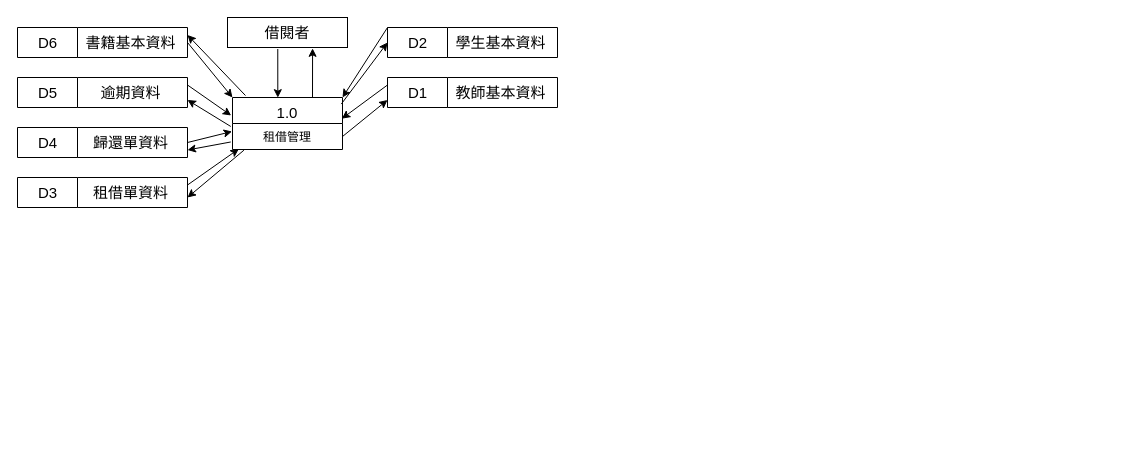
ching1120/20 keeps this draw.io diagram as Untitled Diagram.drawio. Above is the earlier version. Source tidied: cells renumbered, new cells numbered last; positions are measured from the earlier drawing's top-left corner, leaving out a move shared by most shapes. Both pictures are drawn from the tidied source at 100%, with x=0, y=0 at pixel (17, 17).
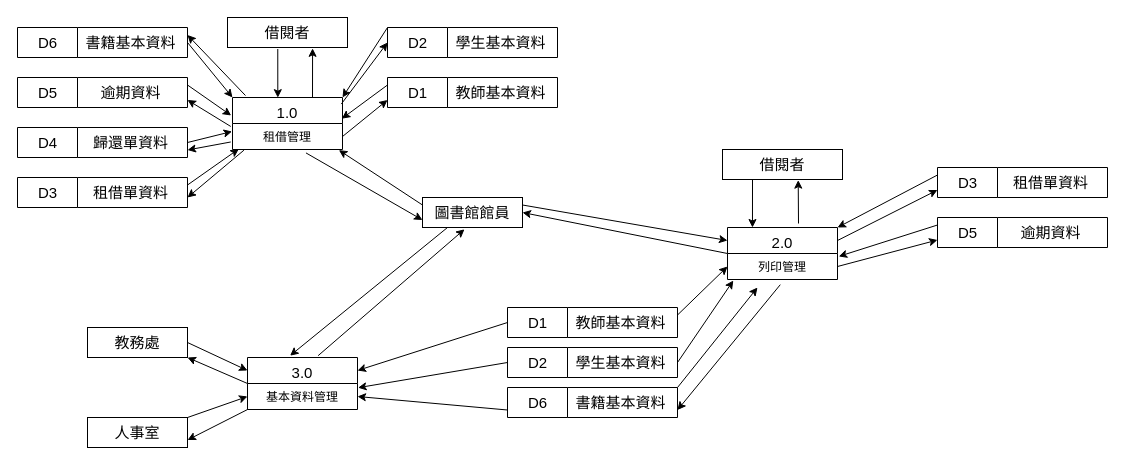
After the change.

Unchanged cells that the change refers to:
```xml
<mxCell id="21" value="租借管理" style="text;strokeColor=none;fillColor=none;align=center;verticalAlign=top;spacingLeft=4;spacingRight=4;overflow=hidden;points=[[0,0.5],[1,0.5]];portConstraint=eastwest;" parent="20" vertex="1">
  <mxGeometry y="26" width="110" height="26" as="geometry" />
</mxCell>
```

The edit, as a diff of the source:
```diff
@@
+    <mxCell id="37" value="圖書館館員" style="rounded=0;whiteSpace=wrap;html=1;fontSize=15;align=center;verticalAlign=top;" parent="1" vertex="1">
+      <mxGeometry x="405" y="180" width="100" height="30" as="geometry" />
+    </mxCell>
+    <mxCell id="38" value="2.0" style="swimlane;fontStyle=0;horizontal=1;startSize=26;fontSize=15;align=center;verticalAlign=top;" parent="1" vertex="1">
+      <mxGeometry x="710" y="210" width="110" height="52" as="geometry" />
+    </mxCell>
+    <mxCell id="39" value="列印管理" style="text;strokeColor=none;fillColor=none;align=center;verticalAlign=top;spacingLeft=4;spacingRight=4;overflow=hidden;points=[[0,0.5],[1,0.5]];portConstraint=eastwest;" parent="38" vertex="1">
+      <mxGeometry y="26" width="110" height="26" as="geometry" />
+    </mxCell>
+    <mxCell id="40" style="swimlane;horizontal=0;fontSize=15;align=center;startSize=60;verticalAlign=middle;" parent="1" vertex="1">
+      <mxGeometry x="490" y="290" width="170" height="30" as="geometry" />
+    </mxCell>
+    <mxCell id="41" value="教師基本資料" style="text;html=1;align=center;verticalAlign=middle;strokeColor=none;fontSize=15;" parent="40" vertex="1">
+      <mxGeometry x="58" y="5" width="110" height="20" as="geometry" />
+    </mxCell>
+    <mxCell id="42" value="D1" style="text;html=1;align=center;verticalAlign=middle;strokeColor=none;fontSize=15;" parent="40" vertex="1">
+      <mxGeometry x="15" y="5" width="30" height="20" as="geometry" />
+    </mxCell>
+    <mxCell id="43" style="swimlane;horizontal=0;fontSize=15;align=center;startSize=60;verticalAlign=middle;" parent="1" vertex="1">
+      <mxGeometry x="490" y="330" width="170" height="30" as="geometry" />
+    </mxCell>
+    <mxCell id="44" value="學生基本資料" style="text;html=1;align=center;verticalAlign=middle;strokeColor=none;fontSize=15;" parent="43" vertex="1">
+      <mxGeometry x="58" y="5" width="110" height="20" as="geometry" />
+    </mxCell>
+    <mxCell id="45" value="D2" style="text;html=1;align=center;verticalAlign=middle;strokeColor=none;fontSize=15;" parent="43" vertex="1">
+      <mxGeometry x="15" y="5" width="30" height="20" as="geometry" />
+    </mxCell>
+    <mxCell id="46" style="swimlane;horizontal=0;fontSize=15;align=center;startSize=60;verticalAlign=middle;" parent="1" vertex="1">
+      <mxGeometry x="490" y="370" width="170" height="30" as="geometry" />
+    </mxCell>
+    <mxCell id="47" value="書籍基本資料" style="text;html=1;align=center;verticalAlign=middle;strokeColor=none;fontSize=15;" parent="46" vertex="1">
+      <mxGeometry x="58" y="5" width="110" height="20" as="geometry" />
+    </mxCell>
+    <mxCell id="48" value="D6" style="text;html=1;align=center;verticalAlign=middle;strokeColor=none;fontSize=15;" parent="46" vertex="1">
+      <mxGeometry x="15" y="5" width="30" height="20" as="geometry" />
+    </mxCell>
+    <mxCell id="49" style="swimlane;horizontal=0;fontSize=15;align=center;startSize=60;verticalAlign=middle;" parent="1" vertex="1">
+      <mxGeometry x="920" y="150" width="170" height="30" as="geometry" />
+    </mxCell>
+    <mxCell id="50" value="租借單資料" style="text;html=1;align=center;verticalAlign=middle;strokeColor=none;fontSize=15;" parent="49" vertex="1">
+      <mxGeometry x="68" y="5" width="90" height="20" as="geometry" />
+    </mxCell>
+    <mxCell id="51" value="D3" style="text;html=1;align=center;verticalAlign=middle;strokeColor=none;fontSize=15;" parent="49" vertex="1">
+      <mxGeometry x="15" y="5" width="30" height="20" as="geometry" />
+    </mxCell>
+    <mxCell id="52" style="swimlane;horizontal=0;fontSize=15;align=center;startSize=60;verticalAlign=middle;" parent="1" vertex="1">
+      <mxGeometry x="920" y="200" width="170" height="30" as="geometry" />
+    </mxCell>
+    <mxCell id="53" value="逾期資料" style="text;html=1;align=center;verticalAlign=middle;strokeColor=none;fontSize=15;" parent="52" vertex="1">
+      <mxGeometry x="73" y="5" width="80" height="20" as="geometry" />
+    </mxCell>
+    <mxCell id="54" value="D5" style="text;html=1;align=center;verticalAlign=middle;strokeColor=none;fontSize=15;" parent="52" vertex="1">
+      <mxGeometry x="15" y="5" width="30" height="20" as="geometry" />
+    </mxCell>
+    <mxCell id="55" style="endArrow=classic;html=1;fontSize=15;exitX=1;exitY=0.25;exitDx=0;exitDy=0;entryX=0;entryY=0.5;entryDx=0;entryDy=0;" parent="1" edge="1" source="40" target="39">
+      <mxGeometry relative="1" as="geometry" />
+    </mxCell>
+    <mxCell id="56" style="endArrow=classic;html=1;fontSize=15;exitX=1;exitY=0.5;exitDx=0;exitDy=0;entryX=0.053;entryY=1.038;entryDx=0;entryDy=0;entryPerimeter=0;" parent="1" edge="1" source="43" target="39">
+      <mxGeometry relative="1" as="geometry" />
+    </mxCell>
+    <mxCell id="57" style="endArrow=classic;html=1;fontSize=15;exitX=0;exitY=0.25;exitDx=0;exitDy=0;" parent="1" edge="1" source="49">
+      <mxGeometry relative="1" as="geometry">
+        <mxPoint x="820" y="210" as="targetPoint" />
+      </mxGeometry>
+    </mxCell>
+    <mxCell id="58" style="endArrow=classic;html=1;fontSize=15;entryX=0;entryY=0.75;entryDx=0;entryDy=0;exitX=1;exitY=0.25;exitDx=0;exitDy=0;" parent="1" edge="1" source="38" target="49">
+      <mxGeometry relative="1" as="geometry" />
+    </mxCell>
+    <mxCell id="59" style="endArrow=classic;html=1;fontSize=15;exitX=0;exitY=0.25;exitDx=0;exitDy=0;entryX=1.011;entryY=0.113;entryDx=0;entryDy=0;entryPerimeter=0;" parent="1" edge="1" source="52" target="39">
+      <mxGeometry relative="1" as="geometry" />
+    </mxCell>
+    <mxCell id="60" style="endArrow=classic;html=1;fontSize=15;entryX=0;entryY=0.75;entryDx=0;entryDy=0;exitX=1;exitY=0.5;exitDx=0;exitDy=0;" parent="1" edge="1" source="39" target="52">
+      <mxGeometry relative="1" as="geometry" />
+    </mxCell>
+    <mxCell id="61" style="endArrow=classic;html=1;fontSize=15;exitX=1;exitY=0;exitDx=0;exitDy=0;" parent="1" edge="1" source="46">
+      <mxGeometry relative="1" as="geometry">
+        <mxPoint x="740" y="270" as="targetPoint" />
+      </mxGeometry>
+    </mxCell>
+    <mxCell id="62" style="endArrow=classic;html=1;fontSize=15;exitX=0.48;exitY=1.199;exitDx=0;exitDy=0;exitPerimeter=0;entryX=1;entryY=0.75;entryDx=0;entryDy=0;" parent="1" edge="1" source="39" target="46">
+      <mxGeometry relative="1" as="geometry" />
+    </mxCell>
+    <mxCell id="63" style="endArrow=classic;html=1;fontSize=15;entryX=0.967;entryY=1.023;entryDx=0;entryDy=0;entryPerimeter=0;exitX=0;exitY=0.25;exitDx=0;exitDy=0;" parent="1" edge="1" source="37" target="21">
+      <mxGeometry relative="1" as="geometry" />
+    </mxCell>
+    <mxCell id="64" style="endArrow=classic;html=1;fontSize=15;exitX=0.668;exitY=1.131;exitDx=0;exitDy=0;exitPerimeter=0;entryX=0;entryY=0.75;entryDx=0;entryDy=0;" parent="1" edge="1" source="21" target="37">
+      <mxGeometry relative="1" as="geometry" />
+    </mxCell>
+    <mxCell id="65" style="endArrow=classic;html=1;fontSize=15;entryX=0;entryY=0.25;entryDx=0;entryDy=0;exitX=1;exitY=0.25;exitDx=0;exitDy=0;" parent="1" edge="1" source="37" target="38">
+      <mxGeometry relative="1" as="geometry" />
+    </mxCell>
+    <mxCell id="66" style="endArrow=classic;html=1;fontSize=15;entryX=1;entryY=0.5;entryDx=0;entryDy=0;exitX=0;exitY=0.5;exitDx=0;exitDy=0;" parent="1" edge="1" source="38" target="37">
+      <mxGeometry relative="1" as="geometry" />
+    </mxCell>
+    <mxCell id="67" value="借閱者" style="rounded=0;whiteSpace=wrap;html=1;fontSize=15;align=center;verticalAlign=top;" parent="1" vertex="1">
+      <mxGeometry x="705" y="132" width="120" height="30" as="geometry" />
+    </mxCell>
+    <mxCell id="68" style="endArrow=classic;html=1;fontSize=15;exitX=0.25;exitY=1;exitDx=0;exitDy=0;entryX=0.227;entryY=0;entryDx=0;entryDy=0;entryPerimeter=0;" parent="1" edge="1" source="67" target="38">
+      <mxGeometry relative="1" as="geometry" />
+    </mxCell>
+    <mxCell id="69" style="endArrow=classic;html=1;fontSize=15;entryX=0.631;entryY=1.022;entryDx=0;entryDy=0;entryPerimeter=0;" parent="1" edge="1" target="67">
+      <mxGeometry relative="1" as="geometry">
+        <mxPoint x="781" y="206" as="sourcePoint" />
+      </mxGeometry>
+    </mxCell>
+    <mxCell id="70" value="3.0" style="swimlane;fontStyle=0;horizontal=1;startSize=26;fontSize=15;align=center;verticalAlign=top;" parent="1" vertex="1">
+      <mxGeometry x="230" y="340" width="110" height="52" as="geometry" />
+    </mxCell>
+    <mxCell id="71" value="基本資料管理" style="text;strokeColor=none;fillColor=none;align=center;verticalAlign=top;spacingLeft=4;spacingRight=4;overflow=hidden;points=[[0,0.5],[1,0.5]];portConstraint=eastwest;" parent="70" vertex="1">
+      <mxGeometry y="26" width="110" height="26" as="geometry" />
+    </mxCell>
+    <mxCell id="72" style="endArrow=classic;html=1;fontSize=15;exitX=0;exitY=0.5;exitDx=0;exitDy=0;entryX=1;entryY=0.25;entryDx=0;entryDy=0;" parent="1" edge="1" source="40" target="70">
+      <mxGeometry relative="1" as="geometry" />
+    </mxCell>
+    <mxCell id="73" style="endArrow=classic;html=1;fontSize=15;exitX=0;exitY=0.5;exitDx=0;exitDy=0;entryX=1.005;entryY=0.162;entryDx=0;entryDy=0;entryPerimeter=0;" parent="1" edge="1" source="43" target="71">
+      <mxGeometry relative="1" as="geometry" />
+    </mxCell>
+    <mxCell id="74" style="endArrow=classic;html=1;fontSize=15;exitX=0;exitY=0.75;exitDx=0;exitDy=0;entryX=1;entryY=0.5;entryDx=0;entryDy=0;" parent="1" edge="1" source="46" target="71">
+      <mxGeometry relative="1" as="geometry" />
+    </mxCell>
+    <mxCell id="75" style="endArrow=classic;html=1;fontSize=15;exitX=0.25;exitY=1;exitDx=0;exitDy=0;entryX=0.387;entryY=-0.035;entryDx=0;entryDy=0;entryPerimeter=0;" parent="1" edge="1" source="37" target="70">
+      <mxGeometry relative="1" as="geometry" />
+    </mxCell>
+    <mxCell id="76" style="endArrow=classic;html=1;fontSize=15;exitX=0.642;exitY=-0.035;exitDx=0;exitDy=0;exitPerimeter=0;entryX=0.42;entryY=1.06;entryDx=0;entryDy=0;entryPerimeter=0;" parent="1" edge="1" source="70" target="37">
+      <mxGeometry relative="1" as="geometry" />
+    </mxCell>
+    <mxCell id="77" value="教務處" style="rounded=0;whiteSpace=wrap;html=1;fontSize=15;align=center;verticalAlign=top;" parent="1" vertex="1">
+      <mxGeometry x="70" y="310" width="100" height="30" as="geometry" />
+    </mxCell>
+    <mxCell id="78" value="人事室" style="rounded=0;whiteSpace=wrap;html=1;fontSize=15;align=center;verticalAlign=top;" parent="1" vertex="1">
+      <mxGeometry x="70" y="400" width="100" height="30" as="geometry" />
+    </mxCell>
+    <mxCell id="79" style="endArrow=classic;html=1;fontSize=15;exitX=1;exitY=0.5;exitDx=0;exitDy=0;entryX=0;entryY=0.25;entryDx=0;entryDy=0;" parent="1" edge="1" source="77" target="70">
+      <mxGeometry relative="1" as="geometry" />
+    </mxCell>
+    <mxCell id="80" style="endArrow=classic;html=1;fontSize=15;exitX=1;exitY=0;exitDx=0;exitDy=0;entryX=0;entryY=0.5;entryDx=0;entryDy=0;" parent="1" edge="1" source="78" target="71">
+      <mxGeometry relative="1" as="geometry" />
+    </mxCell>
+    <mxCell id="81" style="endArrow=classic;html=1;fontSize=15;exitX=0;exitY=0.5;exitDx=0;exitDy=0;entryX=1;entryY=1;entryDx=0;entryDy=0;" parent="1" edge="1" source="70" target="77">
+      <mxGeometry relative="1" as="geometry" />
+    </mxCell>
+    <mxCell id="82" style="endArrow=classic;html=1;fontSize=15;exitX=0.003;exitY=0.995;exitDx=0;exitDy=0;entryX=1;entryY=0.75;entryDx=0;entryDy=0;exitPerimeter=0;" parent="1" edge="1" source="71" target="78">
+      <mxGeometry relative="1" as="geometry" />
+    </mxCell>
```
